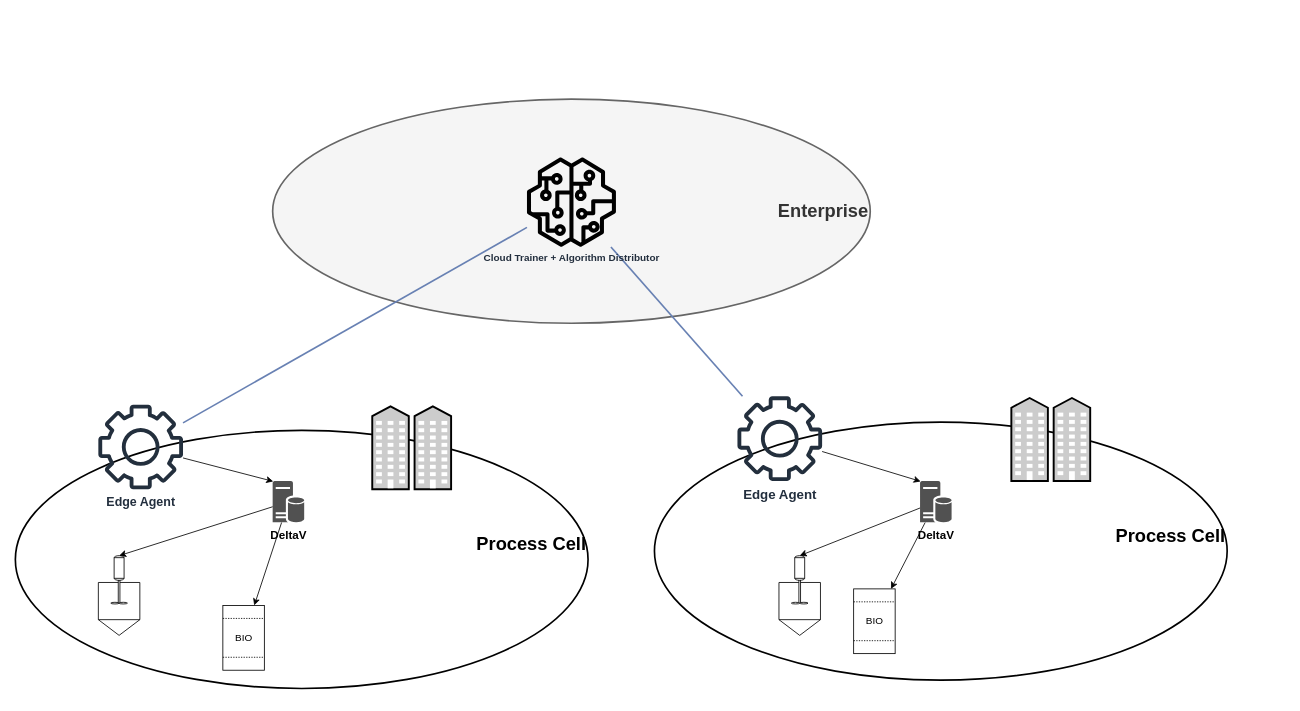
The draw.io diagram page "Overview" (1 of 2) of Untitled Diagram.drawio in sauerBT/PersonalRepo, before the edit. Source tidied: cells renumbered, new cells numbered last; positions are measured from the earlier drawing's top-left corner, leaving out a move shared by most shapes. Both pictures are drawn from the tidied source at 83%, with x=0, y=0 at pixel (15, 99).
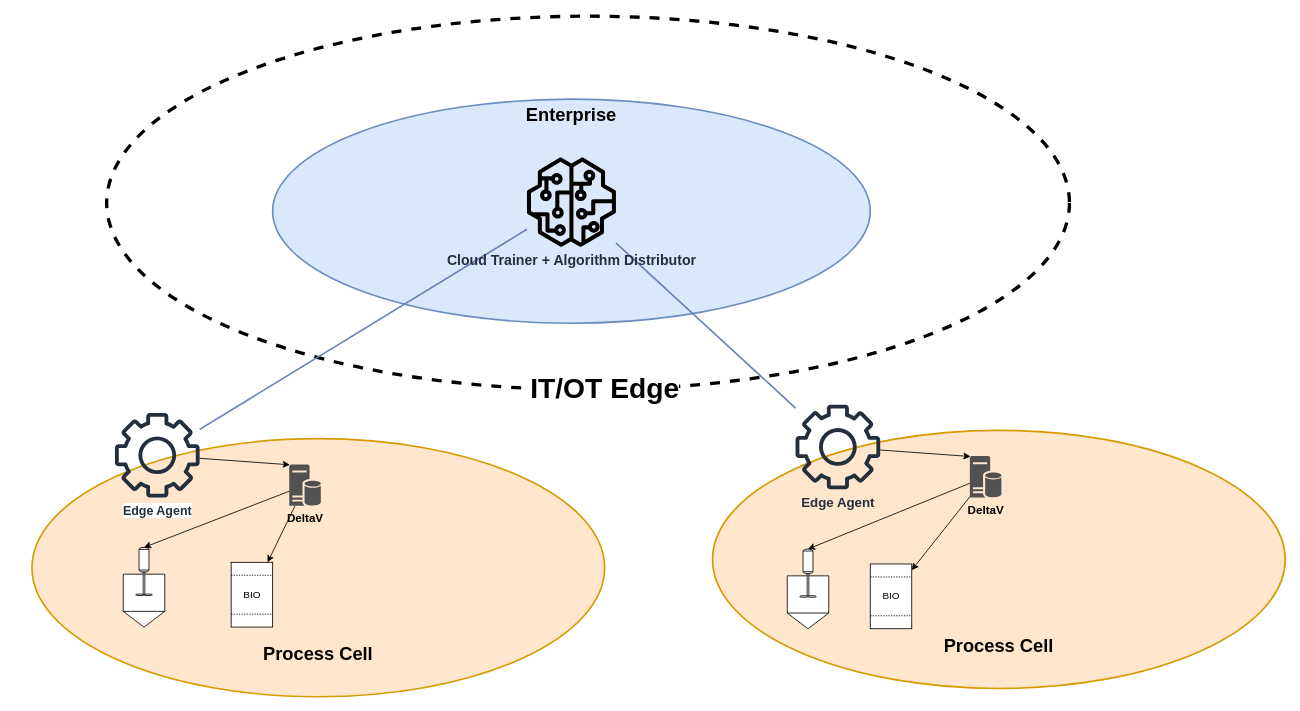
The same diagram, later.

What changed in the source:
```diff
@@
+    <mxCell id="26" style="ellipse;whiteSpace=wrap;html=1;dashed=1;strokeWidth=4;" parent="1" vertex="1">
+      <mxGeometry x="110" y="-100" width="1160" height="450" as="geometry" />
+    </mxCell>
-    <mxCell id="2" value="Enterprise" style="ellipse;whiteSpace=wrap;html=1;rounded=1;shadow=0;comic=0;labelBackgroundColor=none;strokeColor=#666666;strokeWidth=2;fillColor=#f5f5f5;fontFamily=Helvetica;fontSize=22;fontColor=#333333;verticalAlign=middle;gradientDirection=north;align=right;fontStyle=1;" parent="1" vertex="1">
+    <mxCell id="2" value="Enterprise" style="ellipse;whiteSpace=wrap;html=1;rounded=1;shadow=0;comic=0;labelBackgroundColor=none;strokeColor=#6c8ebf;strokeWidth=2;fillColor=#dae8fc;fontFamily=Helvetica;fontSize=22;verticalAlign=top;gradientDirection=north;align=center;fontStyle=1;" parent="1" vertex="1">
       <mxGeometry x="310" width="720" height="270" as="geometry" />
     </mxCell>
@@
-    <mxCell id="5" value="Cloud Trainer + Algorithm Distributor" style="sketch=0;outlineConnect=0;fontColor=#232F3E;gradientColor=none;fillColor=#000000;strokeColor=none;dashed=0;verticalLabelPosition=bottom;verticalAlign=top;align=center;html=1;fontSize=12;fontStyle=1;shape=mxgraph.aws4.sagemaker_model;" parent="1" vertex="1">
+    <mxCell id="5" value="Cloud Trainer + Algorithm Distributor" style="sketch=0;outlineConnect=0;fontColor=#232F3E;gradientColor=none;fillColor=#000000;strokeColor=none;dashed=0;verticalLabelPosition=bottom;verticalAlign=top;align=center;html=1;fontSize=17;fontStyle=1;shape=mxgraph.aws4.sagemaker_model;" parent="1" vertex="1">
       <mxGeometry x="616" y="70" width="108" height="108" as="geometry" />
     </mxCell>
     <mxCell id="6" style="group;fontStyle=1;align=right;" parent="1" vertex="1">
-      <mxGeometry y="370" width="690" height="340" as="geometry" />
+      <mxGeometry x="20" y="380" width="690" height="340" as="geometry" />
     </mxCell>
-    <mxCell id="7" value="&lt;b&gt;Process Cell&lt;/b&gt;" style="ellipse;whiteSpace=wrap;html=1;rounded=1;shadow=0;comic=0;labelBackgroundColor=none;strokeWidth=2;fontFamily=Helvetica;fontSize=22;verticalAlign=middle;gradientDirection=north;spacingBottom=36;align=right;" parent="6" vertex="1">
+    <mxCell id="7" value="&lt;b&gt;Process Cell&lt;/b&gt;" style="ellipse;whiteSpace=wrap;html=1;rounded=1;shadow=0;comic=0;labelBackgroundColor=none;strokeWidth=2;fontFamily=Helvetica;fontSize=22;verticalAlign=bottom;gradientDirection=north;spacingBottom=36;align=center;fillColor=#ffe6cc;strokeColor=#d79b00;" parent="6" vertex="1">
       <mxGeometry y="29" width="690" height="311" as="geometry" />
     </mxCell>
-    <mxCell id="8" style="fontColor=#0066CC;verticalAlign=top;verticalLabelPosition=bottom;labelPosition=center;align=center;html=1;fillColor=#CCCCCC;strokeColor=#000000;gradientColor=none;gradientDirection=north;strokeWidth=2;shape=mxgraph.networks.community;rounded=1;shadow=0;comic=0;labelBackgroundColor=none;" parent="6" vertex="1">
-      <mxGeometry x="430" width="95" height="100" as="geometry" />
-    </mxCell>
     <mxCell id="9" style="shape=mxgraph.pid.vessels.mixing_reactor;html=1;align=center;verticalLabelPosition=bottom;verticalAlign=top;dashed=0;" parent="6" vertex="1">
-      <mxGeometry x="100" y="180" width="50" height="96" as="geometry" />
+      <mxGeometry x="110" y="160" width="50" height="96" as="geometry" />
     </mxCell>
     <mxCell id="10" value="BIO" style="html=1;dashed=0;outlineConnect=0;align=center;shape=mxgraph.pid.filters.liquid_filter_(biological);" parent="6" vertex="1">
-      <mxGeometry x="250" y="240" width="50" height="78" as="geometry" />
+      <mxGeometry x="240" y="178" width="50" height="78" as="geometry" />
     </mxCell>
-    <mxCell id="11" value="Edge Agent" style="sketch=0;outlineConnect=0;fontColor=#232F3E;gradientColor=none;fillColor=#232F3D;strokeColor=none;dashed=0;verticalLabelPosition=bottom;verticalAlign=top;align=center;html=1;fontSize=15;fontStyle=1;shape=mxgraph.aws4.gear;" parent="6" vertex="1">
+    <mxCell id="11" value="Edge Agent" style="sketch=0;outlineConnect=0;fontColor=#232F3E;gradientColor=none;fillColor=#232F3D;strokeColor=none;dashed=0;verticalLabelPosition=bottom;verticalAlign=top;align=center;html=1;fontSize=15;fontStyle=1;shape=mxgraph.aws4.gear;labelBackgroundColor=default;" parent="6" vertex="1">
       <mxGeometry x="100" y="-2" width="102" height="102" as="geometry" />
     </mxCell>
@@
     <mxCell id="13" value="DeltaV" style="sketch=0;shadow=0;dashed=0;html=1;strokeColor=none;labelPosition=center;verticalLabelPosition=bottom;verticalAlign=top;align=center;fillColor=#515151;shape=mxgraph.mscae.enterprise.database_server;fontStyle=1;fontSize=14;" parent="6" vertex="1">
-      <mxGeometry x="310" y="90" width="38" height="50" as="geometry" />
+      <mxGeometry x="310" y="60" width="38" height="50" as="geometry" />
     </mxCell>
@@
     <mxCell id="16" style="group;" parent="1" vertex="1">
-      <mxGeometry x="770" y="360" width="690" height="340" as="geometry" />
+      <mxGeometry x="840" y="370" width="690" height="340" as="geometry" />
     </mxCell>
-    <mxCell id="17" value="&lt;b&gt;Process Cell&lt;/b&gt;" style="ellipse;whiteSpace=wrap;html=1;rounded=1;shadow=0;comic=0;labelBackgroundColor=none;strokeWidth=2;fontFamily=Helvetica;fontSize=22;verticalAlign=middle;gradientDirection=north;spacingBottom=36;align=right;" parent="16" vertex="1">
+    <mxCell id="17" value="&lt;b&gt;Process Cell&lt;/b&gt;" style="ellipse;whiteSpace=wrap;html=1;rounded=1;shadow=0;comic=0;labelBackgroundColor=none;strokeWidth=2;fontFamily=Helvetica;fontSize=22;verticalAlign=bottom;gradientDirection=north;spacingBottom=36;align=center;fillColor=#ffe6cc;strokeColor=#d79b00;" parent="16" vertex="1">
       <mxGeometry y="29" width="690" height="311" as="geometry" />
     </mxCell>
-    <mxCell id="18" style="fontColor=#0066CC;verticalAlign=top;verticalLabelPosition=bottom;labelPosition=center;align=center;html=1;fillColor=#CCCCCC;strokeColor=#000000;gradientColor=none;gradientDirection=north;strokeWidth=2;shape=mxgraph.networks.community;rounded=1;shadow=0;comic=0;labelBackgroundColor=none;" parent="16" vertex="1">
-      <mxGeometry x="430" width="95" height="100" as="geometry" />
-    </mxCell>
     <mxCell id="19" style="shape=mxgraph.pid.vessels.mixing_reactor;html=1;align=center;verticalLabelPosition=bottom;verticalAlign=top;dashed=0;" parent="16" vertex="1">
-      <mxGeometry x="150" y="190" width="50" height="96" as="geometry" />
+      <mxGeometry x="90" y="172" width="50" height="96" as="geometry" />
     </mxCell>
     <mxCell id="20" value="BIO" style="html=1;dashed=0;outlineConnect=0;align=center;shape=mxgraph.pid.filters.liquid_filter_(biological);" parent="16" vertex="1">
-      <mxGeometry x="240" y="230" width="50" height="78" as="geometry" />
+      <mxGeometry x="190" y="190" width="50" height="78" as="geometry" />
     </mxCell>
@@
     <mxCell id="23" value="DeltaV" style="sketch=0;shadow=0;dashed=0;html=1;strokeColor=none;labelPosition=center;verticalLabelPosition=bottom;verticalAlign=top;align=center;fillColor=#515151;shape=mxgraph.mscae.enterprise.database_server;fontSize=14;fontStyle=1;" parent="16" vertex="1">
-      <mxGeometry x="320" y="100" width="38" height="50" as="geometry" />
+      <mxGeometry x="310" y="60" width="38" height="50" as="geometry" />
     </mxCell>
@@
+    <mxCell id="27" value="&lt;font style=&quot;&quot; size=&quot;1&quot;&gt;&lt;b style=&quot;font-size: 34px;&quot;&gt;IT/OT Edge&lt;/b&gt;&lt;/font&gt;" style="text;html=1;align=center;verticalAlign=middle;labelBackgroundColor=default;" parent="1" vertex="1">
+      <mxGeometry x="610" y="324" width="200" height="50" as="geometry" />
+    </mxCell>
```
